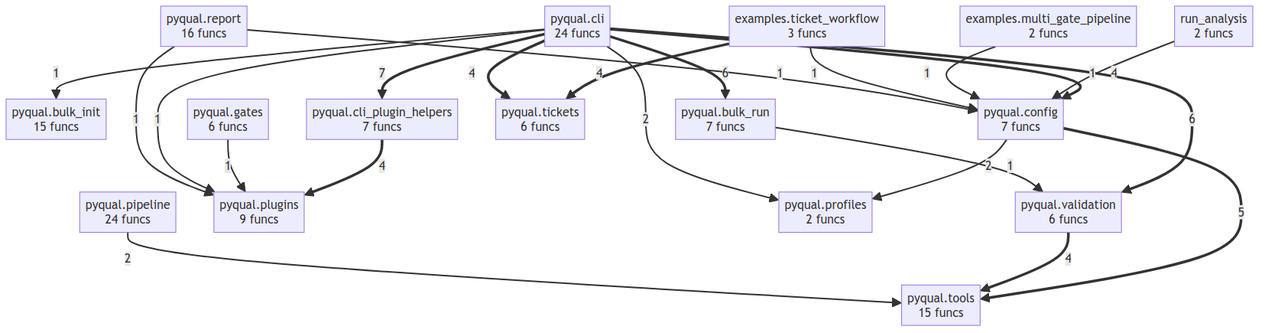
semcod/pyqual keeps this Mermaid diagram as project/compact_flow.png. Above is the earlier version. Its source is kept beside it as project/compact_flow.mmd.
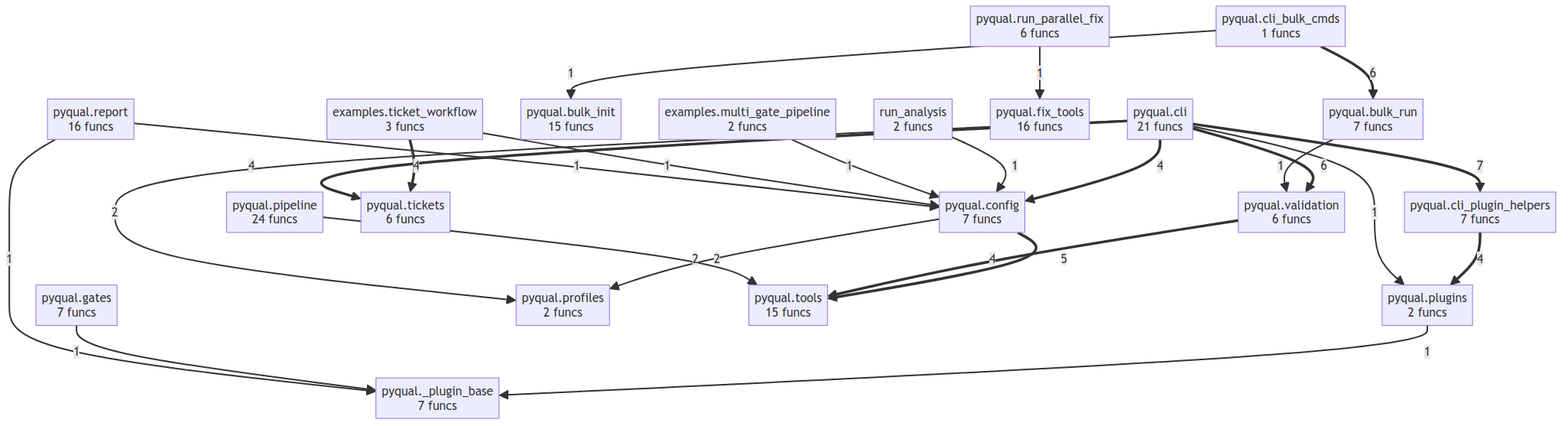
Above is the later version.

Diff of the diagram source:
```diff
@@ -1,23 +1,27 @@
 flowchart TD
     examples__multi_gate_pipeline["examples.multi_gate_pipeline<br/>2 funcs"]
     examples__ticket_workflow["examples.ticket_workflow<br/>3 funcs"]
+    pyqual___plugin_base["pyqual._plugin_base<br/>7 funcs"]
     pyqual__bulk_init["pyqual.bulk_init<br/>15 funcs"]
     pyqual__bulk_run["pyqual.bulk_run<br/>7 funcs"]
-    pyqual__cli["pyqual.cli<br/>24 funcs"]
+    pyqual__cli["pyqual.cli<br/>21 funcs"]
+    pyqual__cli_bulk_cmds["pyqual.cli_bulk_cmds<br/>1 funcs"]
     pyqual__cli_plugin_helpers["pyqual.cli_plugin_helpers<br/>7 funcs"]
     pyqual__config["pyqual.config<br/>7 funcs"]
-    pyqual__gates["pyqual.gates<br/>6 funcs"]
+    pyqual__fix_tools["pyqual.fix_tools<br/>16 funcs"]
+    pyqual__gates["pyqual.gates<br/>7 funcs"]
     pyqual__pipeline["pyqual.pipeline<br/>24 funcs"]
-    pyqual__plugins["pyqual.plugins<br/>9 funcs"]
+    pyqual__plugins["pyqual.plugins<br/>2 funcs"]
     pyqual__profiles["pyqual.profiles<br/>2 funcs"]
     pyqual__report["pyqual.report<br/>16 funcs"]
+    pyqual__run_parallel_fix["pyqual.run_parallel_fix<br/>6 funcs"]
     pyqual__tickets["pyqual.tickets<br/>6 funcs"]
     pyqual__tools["pyqual.tools<br/>15 funcs"]
     pyqual__validation["pyqual.validation<br/>6 funcs"]
     run_analysis["run_analysis<br/>2 funcs"]
     pyqual__cli ==>|7| pyqual__cli_plugin_helpers
-    pyqual__cli ==>|6| pyqual__bulk_run
     pyqual__cli ==>|6| pyqual__validation
+    pyqual__cli_bulk_cmds ==>|6| pyqual__bulk_run
     pyqual__config ==>|5| pyqual__tools
     examples__ticket_workflow ==>|4| pyqual__tickets
     pyqual__cli ==>|4| pyqual__config
@@ -30,9 +34,11 @@
     run_analysis -->|1| pyqual__config
     examples__multi_gate_pipeline -->|1| pyqual__config
     examples__ticket_workflow -->|1| pyqual__config
-    pyqual__gates -->|1| pyqual__plugins
-    pyqual__cli -->|1| pyqual__bulk_init
+    pyqual__plugins -->|1| pyqual___plugin_base
     pyqual__cli -->|1| pyqual__plugins
+    pyqual__gates -->|1| pyqual___plugin_base
+    pyqual__cli_bulk_cmds -->|1| pyqual__bulk_init
+    pyqual__run_parallel_fix -->|1| pyqual__fix_tools
+    pyqual__report -->|1| pyqual___plugin_base
+    pyqual__report -->|1| pyqual__config
     pyqual__bulk_run -->|1| pyqual__validation
-    pyqual__report -->|1| pyqual__plugins
-    pyqual__report -->|1| pyqual__config
```
